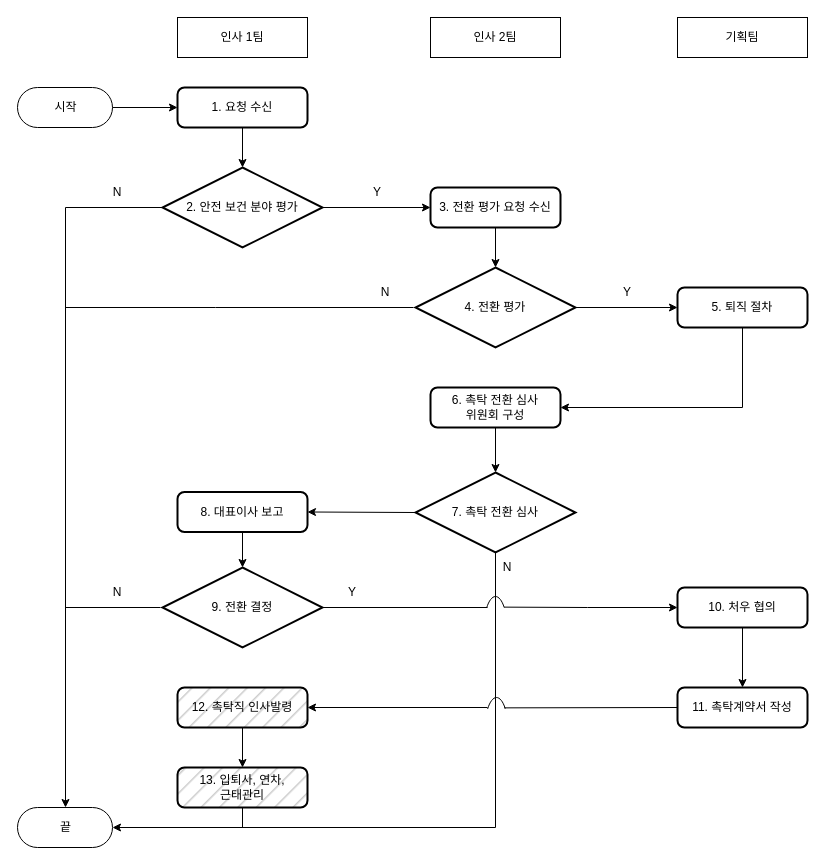
The draw.io diagram 순서도.drawio in everybae/flowchart, before the edit. Source tidied: cells renumbered, new cells numbered last; positions are measured from the earlier drawing's top-left corner, leaving out a move shared by most shapes. Both pictures are drawn from the tidied source at 100%, with x=0, y=0 at pixel (17, 17).
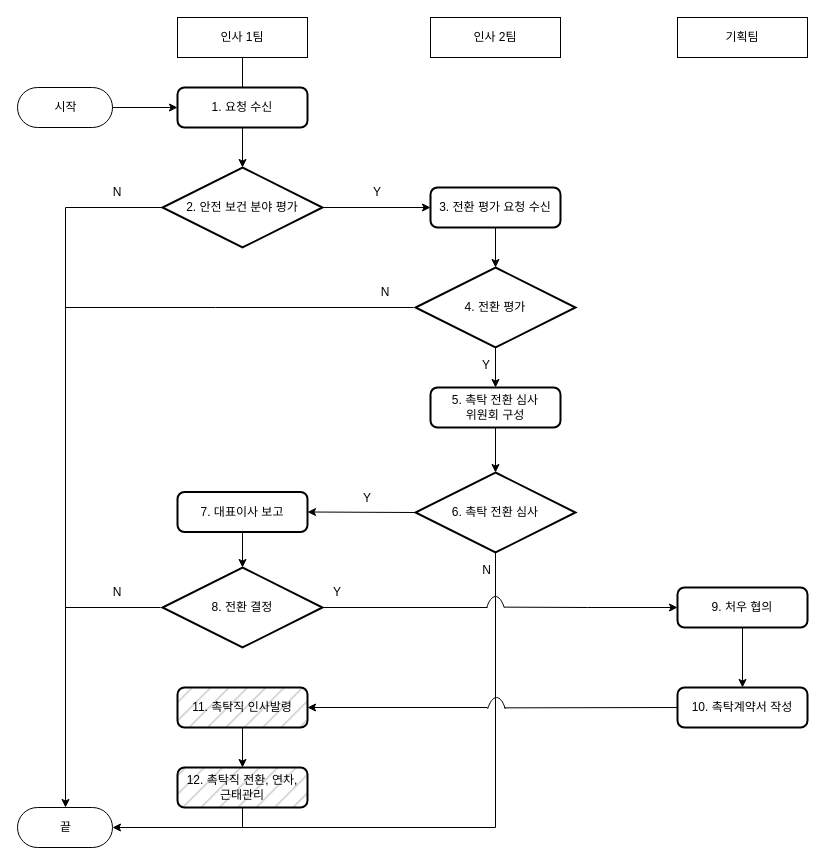
Above is the later version.

Commit message:
순서도.drawio 업데이트

Unchanged cells that the change refers to:
```xml
<mxCell id="2" value="인사 1팀" style="rounded=0;whiteSpace=wrap;html=1;" parent="1" vertex="1">
  <mxGeometry x="160" width="130" height="40" as="geometry" />
</mxCell>
<mxCell id="6" value="1. 요청 수신" style="rounded=1;whiteSpace=wrap;html=1;absoluteArcSize=1;arcSize=14;strokeWidth=2;" parent="1" vertex="1">
  <mxGeometry x="160" y="70" width="130" height="40" as="geometry" />
</mxCell>
<mxCell id="16" value="4. 전환 평가" style="strokeWidth=2;html=1;shape=mxgraph.flowchart.decision;whiteSpace=wrap;" parent="1" vertex="1">
  <mxGeometry x="398" y="250" width="160" height="80" as="geometry" />
</mxCell>
```

The edit, as a diff of the source:
```diff
@@
-    <mxCell id="8" value="6. 촉탁 전환 심사&lt;br&gt;위원회 구성" style="rounded=1;whiteSpace=wrap;html=1;absoluteArcSize=1;arcSize=14;strokeWidth=2;" parent="1" vertex="1">
+    <mxCell id="8" value="5. 촉탁 전환 심사&lt;br&gt;위원회 구성" style="rounded=1;whiteSpace=wrap;html=1;absoluteArcSize=1;arcSize=14;strokeWidth=2;" parent="1" vertex="1">
       <mxGeometry x="413" y="370" width="130" height="40" as="geometry" />
     </mxCell>
-    <mxCell id="9" value="7. 촉탁 전환 심사" style="strokeWidth=2;html=1;shape=mxgraph.flowchart.decision;whiteSpace=wrap;" parent="1" vertex="1">
+    <mxCell id="9" value="6. 촉탁 전환 심사" style="strokeWidth=2;html=1;shape=mxgraph.flowchart.decision;whiteSpace=wrap;" parent="1" vertex="1">
       <mxGeometry x="398" y="455" width="160" height="80" as="geometry" />
     </mxCell>
-    <mxCell id="10" value="8. 대표이사 보고" style="rounded=1;whiteSpace=wrap;html=1;absoluteArcSize=1;arcSize=14;strokeWidth=2;" parent="1" vertex="1">
+    <mxCell id="10" value="7. 대표이사 보고" style="rounded=1;whiteSpace=wrap;html=1;absoluteArcSize=1;arcSize=14;strokeWidth=2;" parent="1" vertex="1">
       <mxGeometry x="160" y="474.5" width="130" height="40" as="geometry" />
     </mxCell>
-    <mxCell id="11" value="9. 전환 결정" style="strokeWidth=2;html=1;shape=mxgraph.flowchart.decision;whiteSpace=wrap;" parent="1" vertex="1">
+    <mxCell id="11" value="8. 전환 결정" style="strokeWidth=2;html=1;shape=mxgraph.flowchart.decision;whiteSpace=wrap;" parent="1" vertex="1">
       <mxGeometry x="145" y="550" width="160" height="80" as="geometry" />
     </mxCell>
-    <mxCell id="12" value="12. 촉탁직 인사발령" style="rounded=1;whiteSpace=wrap;html=1;absoluteArcSize=1;arcSize=14;strokeWidth=2;fillStyle=hatch;fillColor=#CCCCCC;" parent="1" vertex="1">
+    <mxCell id="12" value="11. 촉탁직 인사발령" style="rounded=1;whiteSpace=wrap;html=1;absoluteArcSize=1;arcSize=14;strokeWidth=2;fillStyle=hatch;fillColor=#CCCCCC;" parent="1" vertex="1">
       <mxGeometry x="160" y="670" width="130" height="40" as="geometry" />
     </mxCell>
-    <mxCell id="13" value="13. 입퇴사, 연차,&lt;br&gt;근태관리" style="rounded=1;whiteSpace=wrap;html=1;absoluteArcSize=1;arcSize=14;strokeWidth=2;fillColor=#CCCCCC;fillStyle=hatch;" parent="1" vertex="1">
+    <mxCell id="13" value="12. 촉탁직 전환, 연차,&lt;br&gt;근태관리" style="rounded=1;whiteSpace=wrap;html=1;absoluteArcSize=1;arcSize=14;strokeWidth=2;fillColor=#CCCCCC;fillStyle=hatch;" parent="1" vertex="1">
       <mxGeometry x="160" y="750" width="130" height="40" as="geometry" />
     </mxCell>
@@
-    <mxCell id="17" value="5. 퇴직 절차" style="rounded=1;whiteSpace=wrap;html=1;absoluteArcSize=1;arcSize=14;strokeWidth=2;" parent="1" vertex="1">
-      <mxGeometry x="660" y="270" width="130" height="40" as="geometry" />
-    </mxCell>
-    <mxCell id="18" value="10. 처우 협의" style="rounded=1;whiteSpace=wrap;html=1;absoluteArcSize=1;arcSize=14;strokeWidth=2;" parent="1" vertex="1">
+    <mxCell id="18" value="9. 처우 협의" style="rounded=1;whiteSpace=wrap;html=1;absoluteArcSize=1;arcSize=14;strokeWidth=2;" parent="1" vertex="1">
       <mxGeometry x="660" y="570" width="130" height="40" as="geometry" />
     </mxCell>
-    <mxCell id="19" value="11. 촉탁계약서 작성" style="rounded=1;whiteSpace=wrap;html=1;absoluteArcSize=1;arcSize=14;strokeWidth=2;" parent="1" vertex="1">
+    <mxCell id="19" value="10. 촉탁계약서 작성" style="rounded=1;whiteSpace=wrap;html=1;absoluteArcSize=1;arcSize=14;strokeWidth=2;" parent="1" vertex="1">
       <mxGeometry x="660" y="670" width="130" height="40" as="geometry" />
     </mxCell>
@@
-    <mxCell id="26" style="endArrow=classic;html=1;rounded=0;entryX=0;entryY=0.5;entryDx=0;entryDy=0;exitX=1;exitY=0.5;exitDx=0;exitDy=0;exitPerimeter=0;" parent="1" edge="1" source="16" target="17">
-      <mxGeometry relative="1" as="geometry" />
-    </mxCell>
     <mxCell id="27" value="Y" style="text;html=1;strokeColor=none;fillColor=none;align=center;verticalAlign=middle;whiteSpace=wrap;rounded=0;fillStyle=hatch;" parent="1" vertex="1">
-      <mxGeometry x="580" y="260" width="60" height="30" as="geometry" />
+      <mxGeometry x="439" y="333" width="60" height="30" as="geometry" />
     </mxCell>
@@
-    <mxCell id="29" style="edgeStyle=elbowEdgeStyle;elbow=horizontal;endArrow=classic;html=1;rounded=0;exitX=0.5;exitY=1;exitDx=0;exitDy=0;entryX=1;entryY=0.5;entryDx=0;entryDy=0;" parent="1" edge="1" source="17" target="8">
-      <mxGeometry relative="1" as="geometry">
-        <Array as="points">
-          <mxPoint x="725" y="390" />
-        </Array>
-      </mxGeometry>
-    </mxCell>
@@
     <mxCell id="34" value="N" style="text;html=1;strokeColor=none;fillColor=none;align=center;verticalAlign=middle;whiteSpace=wrap;rounded=0;fillStyle=hatch;" parent="1" vertex="1">
-      <mxGeometry x="460" y="535" width="60" height="30" as="geometry" />
+      <mxGeometry x="456.5" y="538" width="25" height="30" as="geometry" />
     </mxCell>
@@
     <mxCell id="37" value="Y" style="text;html=1;strokeColor=none;fillColor=none;align=center;verticalAlign=middle;whiteSpace=wrap;rounded=0;fillStyle=hatch;" parent="1" vertex="1">
-      <mxGeometry x="305" y="560" width="60" height="30" as="geometry" />
+      <mxGeometry x="290" y="560" width="60" height="30" as="geometry" />
     </mxCell>
@@
+    <mxCell id="49" style="endArrow=classic;html=1;rounded=0;exitX=0.5;exitY=1;exitDx=0;exitDy=0;exitPerimeter=0;entryX=0.5;entryY=0;entryDx=0;entryDy=0;" parent="1" edge="1" source="16" target="8">
+      <mxGeometry relative="1" as="geometry" />
+    </mxCell>
+    <mxCell id="50" value="Y" style="text;html=1;strokeColor=none;fillColor=none;align=center;verticalAlign=middle;whiteSpace=wrap;rounded=0;fillStyle=hatch;" parent="1" vertex="1">
+      <mxGeometry x="320" y="466" width="60" height="30" as="geometry" />
+    </mxCell>
+    <mxCell id="51" style="endArrow=none;html=1;rounded=0;exitX=0.5;exitY=1;exitDx=0;exitDy=0;entryX=0.5;entryY=0;entryDx=0;entryDy=0;" parent="1" edge="1" source="2" target="6">
+      <mxGeometry relative="1" as="geometry" />
+    </mxCell>
```
